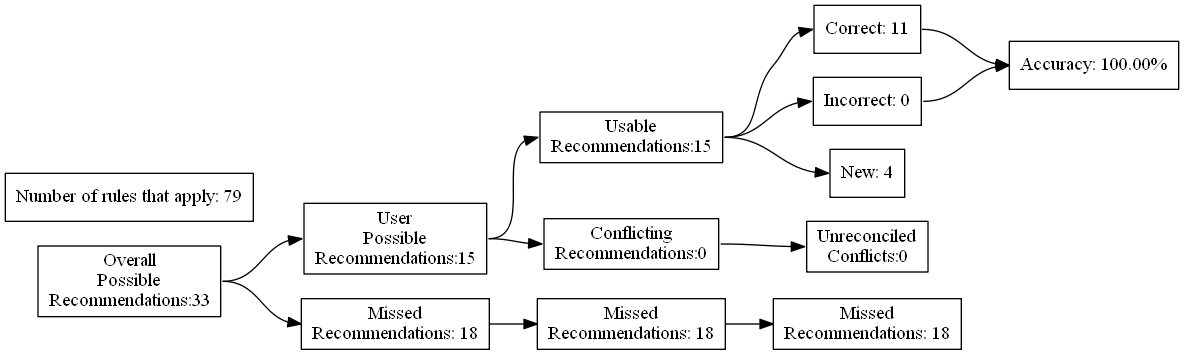
The Graphviz diagram test_renders/84.gv.png in ZaxR/ibd_diet_analysis, before a commit. Its source is kept beside it as test_renders/84.gv.
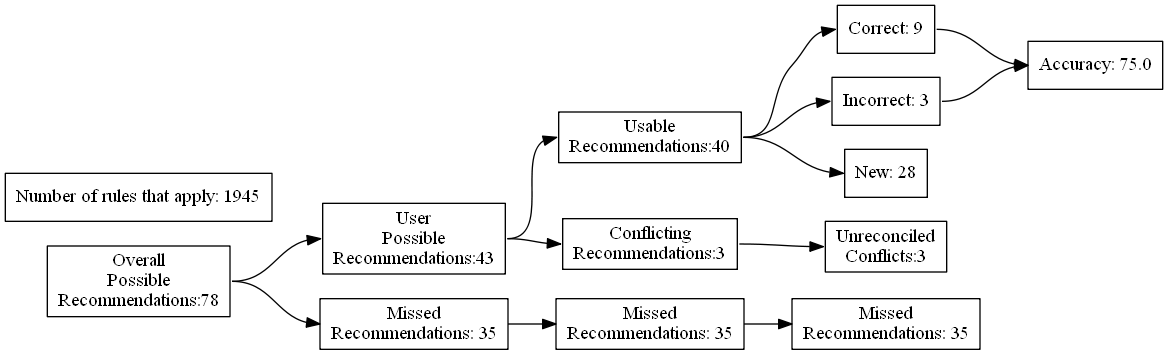
The same file after the commit.

What changed in the source:
```diff
@@ -4,27 +4,27 @@
 	edge [headport=w tailport=e]
 		A [label="Overall
 Possible
-Recommendations:33"]
+Recommendations:78"]
 		B [label="User
 Possible
-Recommendations:15"]
+Recommendations:43"]
 		C [label="Missed
-Recommendations: 18"]
+Recommendations: 35"]
 		D [label="Usable
-Recommendations:15"]
+Recommendations:40"]
 		E [label="Conflicting
-Recommendations:0"]
+Recommendations:3"]
 		J [label="Missed
-Recommendations: 18"]
+Recommendations: 35"]
 		M [label="Unreconciled
-Conflicts:0"]
-		F [label="Correct: 11"]
-		G [label="Incorrect: 0"]
-		H [label="New: 4"]
+Conflicts:3"]
+		F [label="Correct: 9"]
+		G [label="Incorrect: 3"]
+		H [label="New: 28"]
 		K [label="Missed
-Recommendations: 18"]
-		I [label="Accuracy: 100.00%"]
-		l [label="Number of rules that apply: 79"]
+Recommendations: 35"]
+		I [label="Accuracy: 75.0"]
+		l [label="Number of rules that apply: 1945"]
 			A -> B
 			A -> C
 			B -> D
```
